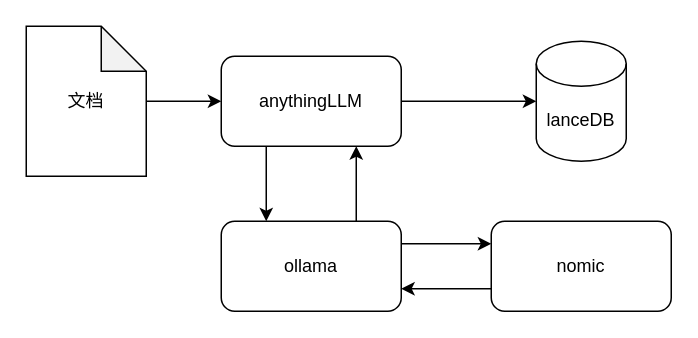
Above: my-website/static/未命名绘图.drawio in sun-guannan/install-docker-guide (draw.io), before the change. Source tidied: cells renumbered, new cells numbered last; positions are measured from the earlier drawing's top-left corner, leaving out a move shared by most shapes. Both pictures are drawn from the tidied source at 150%, with x=0, y=0 at pixel (26, 26).
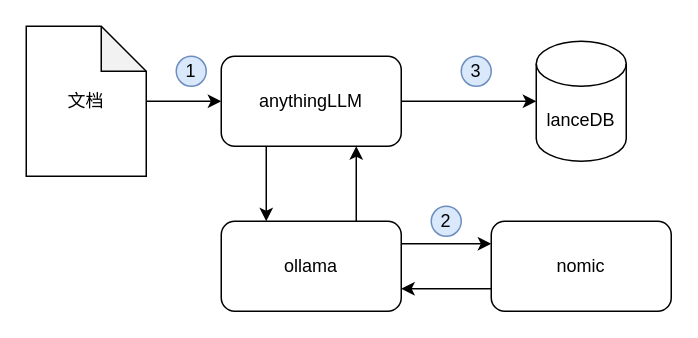
After the change.

Commit message (it also covers changes not shown here):
更新未命名绘图.drawio

Change to the diagram source:
```diff
@@
 <mxGraphModel>
   <root>
     <mxCell id="0" />
     <mxCell id="1" parent="0" />
     <mxCell id="2" style="edgeStyle=orthogonalEdgeStyle;rounded=0;jettySize=auto;html=1;" parent="1" edge="1" source="3" target="5">
       <mxGeometry relative="1" as="geometry" />
     </mxCell>
     <mxCell id="3" value="文档" style="shape=note;whiteSpace=wrap;html=1;backgroundOutline=1;darkOpacity=0.05;" parent="1" vertex="1">
       <mxGeometry width="80" height="100" as="geometry" />
     </mxCell>
     <mxCell id="4" style="edgeStyle=orthogonalEdgeStyle;rounded=0;jettySize=auto;html=1;exitX=0.25;exitY=1;exitDx=0;exitDy=0;entryX=0.25;entryY=0;entryDx=0;entryDy=0;" parent="1" edge="1" source="5" target="8">
       <mxGeometry relative="1" as="geometry" />
     </mxCell>
     <mxCell id="5" value="anythingLLM" style="rounded=1;whiteSpace=wrap;html=1;" parent="1" vertex="1">
       <mxGeometry x="130" y="20" width="120" height="60" as="geometry" />
     </mxCell>
     <mxCell id="6" style="edgeStyle=orthogonalEdgeStyle;rounded=0;jettySize=auto;html=1;exitX=0.75;exitY=0;exitDx=0;exitDy=0;entryX=0.75;entryY=1;entryDx=0;entryDy=0;" parent="1" edge="1" source="8" target="5">
       <mxGeometry relative="1" as="geometry" />
     </mxCell>
     <mxCell id="7" style="edgeStyle=orthogonalEdgeStyle;rounded=0;jettySize=auto;html=1;exitX=1;exitY=0.25;exitDx=0;exitDy=0;entryX=0;entryY=0.25;entryDx=0;entryDy=0;" parent="1" edge="1" source="8" target="11">
       <mxGeometry relative="1" as="geometry" />
     </mxCell>
     <mxCell id="8" value="ollama" style="rounded=1;whiteSpace=wrap;html=1;" parent="1" vertex="1">
       <mxGeometry x="130" y="130" width="120" height="60" as="geometry" />
     </mxCell>
     <mxCell id="9" value="lanceDB" style="shape=cylinder3;whiteSpace=wrap;html=1;boundedLbl=1;backgroundOutline=1;size=15;" parent="1" vertex="1">
       <mxGeometry x="340" y="10" width="60" height="80" as="geometry" />
     </mxCell>
     <mxCell id="10" style="edgeStyle=orthogonalEdgeStyle;rounded=0;jettySize=auto;html=1;exitX=0;exitY=0.75;exitDx=0;exitDy=0;entryX=1;entryY=0.75;entryDx=0;entryDy=0;" parent="1" edge="1" source="11" target="8">
       <mxGeometry relative="1" as="geometry" />
     </mxCell>
     <mxCell id="11" value="nomic" style="rounded=1;whiteSpace=wrap;html=1;" parent="1" vertex="1">
       <mxGeometry x="310" y="130" width="120" height="60" as="geometry" />
     </mxCell>
     <mxCell id="12" style="edgeStyle=orthogonalEdgeStyle;rounded=0;jettySize=auto;html=1;exitX=1;exitY=0.5;exitDx=0;exitDy=0;entryX=0;entryY=0.5;entryDx=0;entryDy=0;entryPerimeter=0;" parent="1" edge="1" source="5" target="9">
       <mxGeometry relative="1" as="geometry" />
     </mxCell>
+    <mxCell id="13" value="1" style="ellipse;whiteSpace=wrap;html=1;fillColor=#dae8fc;strokeColor=#6c8ebf;" parent="1" vertex="1">
+      <mxGeometry x="100" y="20" width="20" height="20" as="geometry" />
+    </mxCell>
+    <mxCell id="14" value="2" style="ellipse;whiteSpace=wrap;html=1;fillColor=#dae8fc;strokeColor=#6c8ebf;" parent="1" vertex="1">
+      <mxGeometry x="270" y="120" width="20" height="20" as="geometry" />
+    </mxCell>
+    <mxCell id="15" value="3" style="ellipse;whiteSpace=wrap;html=1;fillColor=#dae8fc;strokeColor=#6c8ebf;" parent="1" vertex="1">
+      <mxGeometry x="290" y="20" width="20" height="20" as="geometry" />
+    </mxCell>
   </root>
 </mxGraphModel>
```
